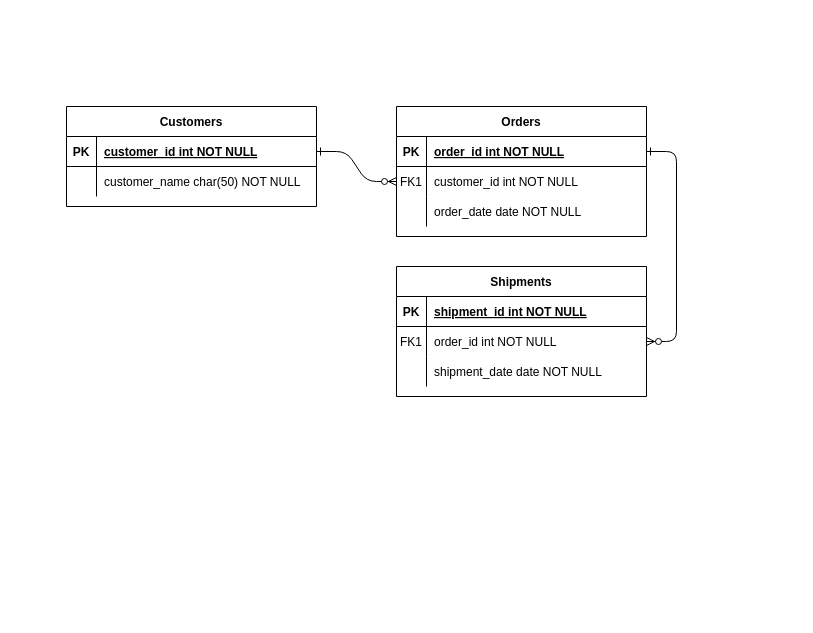
Above: ShopNest.drawio in abobymotaki/uncharted (draw.io), before the change. Source tidied: cells renumbered, new cells numbered last; positions are measured from the earlier drawing's top-left corner, leaving out a move shared by most shapes. Both pictures are drawn from the tidied source at 100%, with x=0, y=0 at pixel (66, 106).
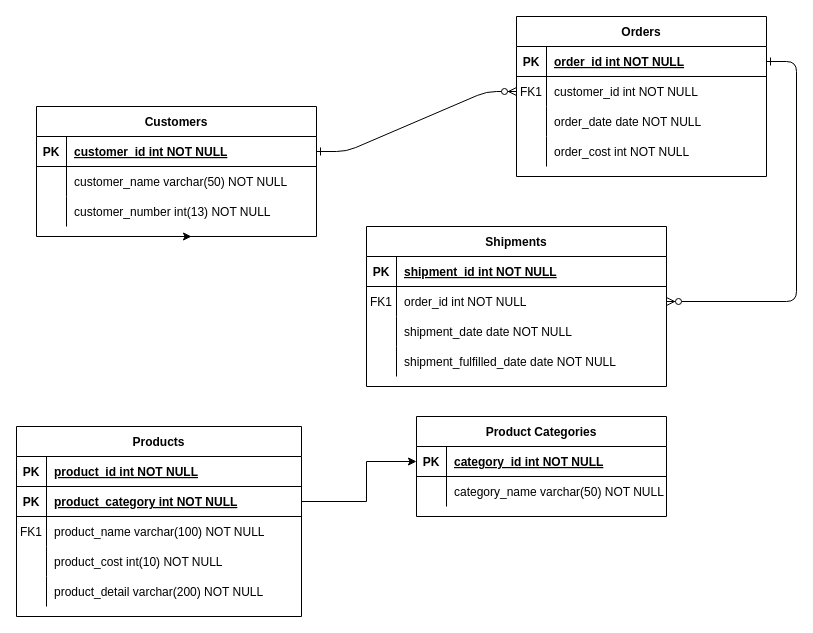
The same diagram, later.

Diff of the diagram source:
```diff
@@
     <mxCell id="4" value="Orders" style="shape=table;startSize=30;childLayout=tableLayout;rowLines=0;fontStyle=1;align=center;" parent="1" vertex="1">
-      <mxGeometry x="330" width="250" height="130" as="geometry" />
+      <mxGeometry x="450" y="-90" width="250" height="160" as="geometry" />
     </mxCell>
@@
+    <mxCell id="31" style="shape=partialRectangle;fillColor=none;top=0;left=0;right=0;bottom=0;" parent="4" vertex="1">
+      <mxGeometry y="120" width="250" height="30" as="geometry" />
+    </mxCell>
+    <mxCell id="32" style="shape=partialRectangle;overflow=hidden;fillColor=none;top=0;left=0;bottom=0;right=0;" parent="31" vertex="1">
+      <mxGeometry width="30" height="30" as="geometry" />
+    </mxCell>
+    <mxCell id="33" value="order_cost int NOT NULL" style="shape=partialRectangle;overflow=hidden;fillColor=none;top=0;left=0;bottom=0;right=0;align=left;spacingLeft=6;" parent="31" vertex="1">
+      <mxGeometry x="30" width="220" height="30" as="geometry" />
+    </mxCell>
     <mxCell id="14" value="Shipments" style="shape=table;startSize=30;childLayout=tableLayout;rowLines=0;fontStyle=1;align=center;" parent="1" vertex="1">
-      <mxGeometry x="330" y="160" width="250" height="130" as="geometry" />
+      <mxGeometry x="300" y="120" width="300" height="160" as="geometry" />
     </mxCell>
     <mxCell id="15" style="shape=partialRectangle;fillColor=none;top=0;left=0;right=0;bottom=1;" parent="14" vertex="1">
-      <mxGeometry y="30" width="250" height="30" as="geometry" />
+      <mxGeometry y="30" width="300" height="30" as="geometry" />
     </mxCell>
@@
     <mxCell id="17" value="shipment_id int NOT NULL " style="shape=partialRectangle;overflow=hidden;fillColor=none;top=0;left=0;bottom=0;right=0;align=left;spacingLeft=6;fontStyle=5;" parent="15" vertex="1">
-      <mxGeometry x="30" width="220" height="30" as="geometry" />
+      <mxGeometry x="30" width="270" height="30" as="geometry" />
     </mxCell>
     <mxCell id="18" style="shape=partialRectangle;fillColor=none;points=[[0,0.5],[1,0.5]];portConstraint=eastwest;top=0;left=0;right=0;bottom=0;" parent="14" vertex="1">
-      <mxGeometry y="60" width="250" height="30" as="geometry" />
+      <mxGeometry y="60" width="300" height="30" as="geometry" />
     </mxCell>
@@
     <mxCell id="20" value="order_id int NOT NULL" style="shape=partialRectangle;overflow=hidden;fillColor=none;top=0;left=0;bottom=0;right=0;align=left;spacingLeft=6;" parent="18" vertex="1">
-      <mxGeometry x="30" width="220" height="30" as="geometry" />
+      <mxGeometry x="30" width="270" height="30" as="geometry" />
     </mxCell>
     <mxCell id="21" style="shape=partialRectangle;fillColor=none;top=0;left=0;right=0;bottom=0;" parent="14" vertex="1">
-      <mxGeometry y="90" width="250" height="30" as="geometry" />
+      <mxGeometry y="90" width="300" height="30" as="geometry" />
     </mxCell>
@@
     <mxCell id="23" value="shipment_date date NOT NULL" style="shape=partialRectangle;overflow=hidden;fillColor=none;top=0;left=0;bottom=0;right=0;align=left;spacingLeft=6;" parent="21" vertex="1">
-      <mxGeometry x="30" width="220" height="30" as="geometry" />
+      <mxGeometry x="30" width="270" height="30" as="geometry" />
     </mxCell>
+    <mxCell id="34" style="shape=partialRectangle;fillColor=none;top=0;left=0;right=0;bottom=0;" parent="14" vertex="1">
+      <mxGeometry y="120" width="300" height="30" as="geometry" />
+    </mxCell>
+    <mxCell id="35" style="shape=partialRectangle;overflow=hidden;fillColor=none;top=0;left=0;bottom=0;right=0;" parent="34" vertex="1">
+      <mxGeometry width="30" height="30" as="geometry" />
+    </mxCell>
+    <mxCell id="36" value="shipment_fulfilled_date date NOT NULL" style="shape=partialRectangle;overflow=hidden;fillColor=none;top=0;left=0;bottom=0;right=0;align=left;spacingLeft=6;" parent="34" vertex="1">
+      <mxGeometry x="30" width="270" height="30" as="geometry" />
+    </mxCell>
+    <mxCell id="37" style="edgeStyle=orthogonalEdgeStyle;rounded=0;jettySize=auto;html=1;exitX=0.5;exitY=1;exitDx=0;exitDy=0;" parent="1" edge="1" source="24">
+      <mxGeometry relative="1" as="geometry">
+        <mxPoint x="125" y="130" as="targetPoint" />
+      </mxGeometry>
+    </mxCell>
     <mxCell id="24" value="Customers" style="shape=table;startSize=30;childLayout=tableLayout;rowLines=0;fontStyle=1;align=center;" parent="1" vertex="1">
-      <mxGeometry width="250" height="100" as="geometry" />
+      <mxGeometry x="-30" width="280" height="130" as="geometry" />
     </mxCell>
     <mxCell id="25" style="shape=partialRectangle;fillColor=none;points=[[0,0.5],[1,0.5]];portConstraint=eastwest;top=0;left=0;right=0;bottom=1;" parent="24" vertex="1">
-      <mxGeometry y="30" width="250" height="30" as="geometry" />
+      <mxGeometry y="30" width="280" height="30" as="geometry" />
     </mxCell>
@@
     <mxCell id="27" value="customer_id int NOT NULL " style="shape=partialRectangle;overflow=hidden;fillColor=none;top=0;left=0;bottom=0;right=0;align=left;spacingLeft=6;fontStyle=5;" parent="25" vertex="1">
-      <mxGeometry x="30" width="220" height="30" as="geometry" />
+      <mxGeometry x="30" width="250" height="30" as="geometry" />
     </mxCell>
+    <mxCell id="38" style="shape=partialRectangle;fillColor=none;top=0;left=0;right=0;bottom=0;" parent="24" vertex="1">
+      <mxGeometry y="60" width="280" height="30" as="geometry" />
+    </mxCell>
+    <mxCell id="39" style="shape=partialRectangle;overflow=hidden;fillColor=none;top=0;left=0;bottom=0;right=0;" parent="38" vertex="1">
+      <mxGeometry width="30" height="30" as="geometry" />
+    </mxCell>
+    <mxCell id="40" value="customer_name varchar(50) NOT NULL" style="shape=partialRectangle;overflow=hidden;fillColor=none;top=0;left=0;bottom=0;right=0;align=left;spacingLeft=6;" parent="38" vertex="1">
+      <mxGeometry x="30" width="250" height="30" as="geometry" />
+    </mxCell>
     <mxCell id="28" style="shape=partialRectangle;fillColor=none;top=0;left=0;right=0;bottom=0;" parent="24" vertex="1">
-      <mxGeometry y="60" width="250" height="30" as="geometry" />
+      <mxGeometry y="90" width="280" height="30" as="geometry" />
     </mxCell>
@@
-    <mxCell id="30" value="customer_name char(50) NOT NULL" style="shape=partialRectangle;overflow=hidden;fillColor=none;top=0;left=0;bottom=0;right=0;align=left;spacingLeft=6;" parent="28" vertex="1">
-      <mxGeometry x="30" width="220" height="30" as="geometry" />
+    <mxCell id="30" value="customer_number int(13) NOT NULL" style="shape=partialRectangle;overflow=hidden;fillColor=none;top=0;left=0;bottom=0;right=0;align=left;spacingLeft=6;" parent="28" vertex="1">
+      <mxGeometry x="30" width="250" height="30" as="geometry" />
     </mxCell>
+    <mxCell id="41" value="Products" style="shape=table;startSize=30;childLayout=tableLayout;rowLines=0;fontStyle=1;align=center;" parent="1" vertex="1">
+      <mxGeometry x="-50" y="320" width="285" height="190" as="geometry" />
+    </mxCell>
+    <mxCell id="42" style="shape=partialRectangle;fillColor=none;top=0;left=0;right=0;bottom=1;" parent="41" vertex="1">
+      <mxGeometry y="30" width="285" height="30" as="geometry" />
+    </mxCell>
+    <mxCell id="43" value="PK" style="shape=partialRectangle;overflow=hidden;fillColor=none;top=0;left=0;bottom=0;right=0;fontStyle=1;" parent="42" vertex="1">
+      <mxGeometry width="30" height="30" as="geometry" />
+    </mxCell>
+    <mxCell id="44" value="product_id int NOT NULL " style="shape=partialRectangle;overflow=hidden;fillColor=none;top=0;left=0;bottom=0;right=0;align=left;spacingLeft=6;fontStyle=5;" parent="42" vertex="1">
+      <mxGeometry x="30" width="255" height="30" as="geometry" />
+    </mxCell>
+    <mxCell id="45" style="shape=partialRectangle;fillColor=none;points=[[0,0.5],[1,0.5]];portConstraint=eastwest;top=0;left=0;right=0;bottom=1;" parent="41" vertex="1">
+      <mxGeometry y="60" width="285" height="30" as="geometry" />
+    </mxCell>
+    <mxCell id="46" value="PK" style="shape=partialRectangle;overflow=hidden;fillColor=none;top=0;left=0;bottom=0;right=0;fontStyle=1;" parent="45" vertex="1">
+      <mxGeometry width="30" height="30" as="geometry" />
+    </mxCell>
+    <mxCell id="47" value="product_category int NOT NULL " style="shape=partialRectangle;overflow=hidden;fillColor=none;top=0;left=0;bottom=0;right=0;align=left;spacingLeft=6;fontStyle=5;" parent="45" vertex="1">
+      <mxGeometry x="30" width="255" height="30" as="geometry" />
+    </mxCell>
+    <mxCell id="48" style="shape=partialRectangle;fillColor=none;top=0;left=0;right=0;bottom=0;" parent="41" vertex="1">
+      <mxGeometry y="90" width="285" height="30" as="geometry" />
+    </mxCell>
+    <mxCell id="49" value="FK1" style="shape=partialRectangle;overflow=hidden;fillColor=none;top=0;left=0;bottom=0;right=0;" parent="48" vertex="1">
+      <mxGeometry width="30" height="30" as="geometry" />
+    </mxCell>
+    <mxCell id="50" value="product_name varchar(100) NOT NULL" style="shape=partialRectangle;overflow=hidden;fillColor=none;top=0;left=0;bottom=0;right=0;align=left;spacingLeft=6;" parent="48" vertex="1">
+      <mxGeometry x="30" width="255" height="30" as="geometry" />
+    </mxCell>
+    <mxCell id="51" style="shape=partialRectangle;fillColor=none;top=0;left=0;right=0;bottom=0;" parent="41" vertex="1">
+      <mxGeometry y="120" width="285" height="30" as="geometry" />
+    </mxCell>
+    <mxCell id="52" style="shape=partialRectangle;overflow=hidden;fillColor=none;top=0;left=0;bottom=0;right=0;" parent="51" vertex="1">
+      <mxGeometry width="30" height="30" as="geometry" />
+    </mxCell>
+    <mxCell id="53" value="product_cost int(10) NOT NULL" style="shape=partialRectangle;overflow=hidden;fillColor=none;top=0;left=0;bottom=0;right=0;align=left;spacingLeft=6;" parent="51" vertex="1">
+      <mxGeometry x="30" width="255" height="30" as="geometry" />
+    </mxCell>
+    <mxCell id="54" style="shape=partialRectangle;fillColor=none;top=0;left=0;right=0;bottom=0;" parent="41" vertex="1">
+      <mxGeometry y="150" width="285" height="30" as="geometry" />
+    </mxCell>
+    <mxCell id="55" style="shape=partialRectangle;overflow=hidden;fillColor=none;top=0;left=0;bottom=0;right=0;" parent="54" vertex="1">
+      <mxGeometry width="30" height="30" as="geometry" />
+    </mxCell>
+    <mxCell id="56" value="product_detail varchar(200) NOT NULL" style="shape=partialRectangle;overflow=hidden;fillColor=none;top=0;left=0;bottom=0;right=0;align=left;spacingLeft=6;" parent="54" vertex="1">
+      <mxGeometry x="30" width="255" height="30" as="geometry" />
+    </mxCell>
+    <mxCell id="57" value="Product Categories" style="shape=table;startSize=30;childLayout=tableLayout;rowLines=0;fontStyle=1;align=center;" parent="1" vertex="1">
+      <mxGeometry x="350" y="310" width="250" height="100" as="geometry" />
+    </mxCell>
+    <mxCell id="58" style="shape=partialRectangle;fillColor=none;points=[[0,0.5],[1,0.5]];portConstraint=eastwest;top=0;left=0;right=0;bottom=1;" parent="57" vertex="1">
+      <mxGeometry y="30" width="250" height="30" as="geometry" />
+    </mxCell>
+    <mxCell id="59" value="PK" style="shape=partialRectangle;overflow=hidden;fillColor=none;top=0;left=0;bottom=0;right=0;fontStyle=1;" parent="58" vertex="1">
+      <mxGeometry width="30" height="30" as="geometry" />
+    </mxCell>
+    <mxCell id="60" value="category_id int NOT NULL" style="shape=partialRectangle;overflow=hidden;fillColor=none;top=0;left=0;bottom=0;right=0;align=left;spacingLeft=6;fontStyle=5;" parent="58" vertex="1">
+      <mxGeometry x="30" width="220" height="30" as="geometry" />
+    </mxCell>
+    <mxCell id="61" style="shape=partialRectangle;fillColor=none;top=0;left=0;right=0;bottom=0;" parent="57" vertex="1">
+      <mxGeometry y="60" width="250" height="30" as="geometry" />
+    </mxCell>
+    <mxCell id="62" style="shape=partialRectangle;overflow=hidden;fillColor=none;top=0;left=0;bottom=0;right=0;" parent="61" vertex="1">
+      <mxGeometry width="30" height="30" as="geometry" />
+    </mxCell>
+    <mxCell id="63" value="category_name varchar(50) NOT NULL" style="shape=partialRectangle;overflow=hidden;fillColor=none;top=0;left=0;bottom=0;right=0;align=left;spacingLeft=6;" parent="61" vertex="1">
+      <mxGeometry x="30" width="220" height="30" as="geometry" />
+    </mxCell>
+    <mxCell id="64" style="edgeStyle=orthogonalEdgeStyle;rounded=0;jettySize=auto;html=1;entryX=0;entryY=0.5;entryDx=0;entryDy=0;" parent="1" edge="1" source="45" target="58">
+      <mxGeometry relative="1" as="geometry">
+        <Array as="points">
+          <mxPoint x="300" y="395" />
+          <mxPoint x="300" y="355" />
+        </Array>
+      </mxGeometry>
+    </mxCell>
```
